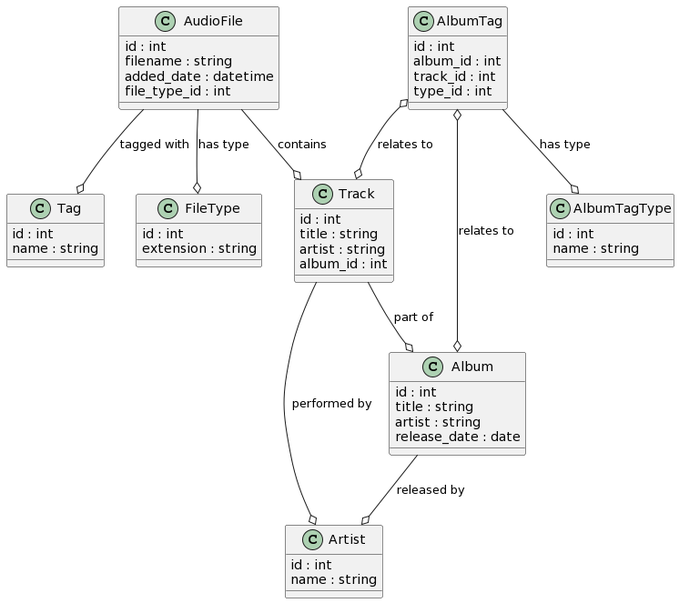
FourtyThree43/PataNgoma-AudioTagger-tool keeps this PlantUML diagram as drafts/0x00-relationships.png. Above is the earlier version.
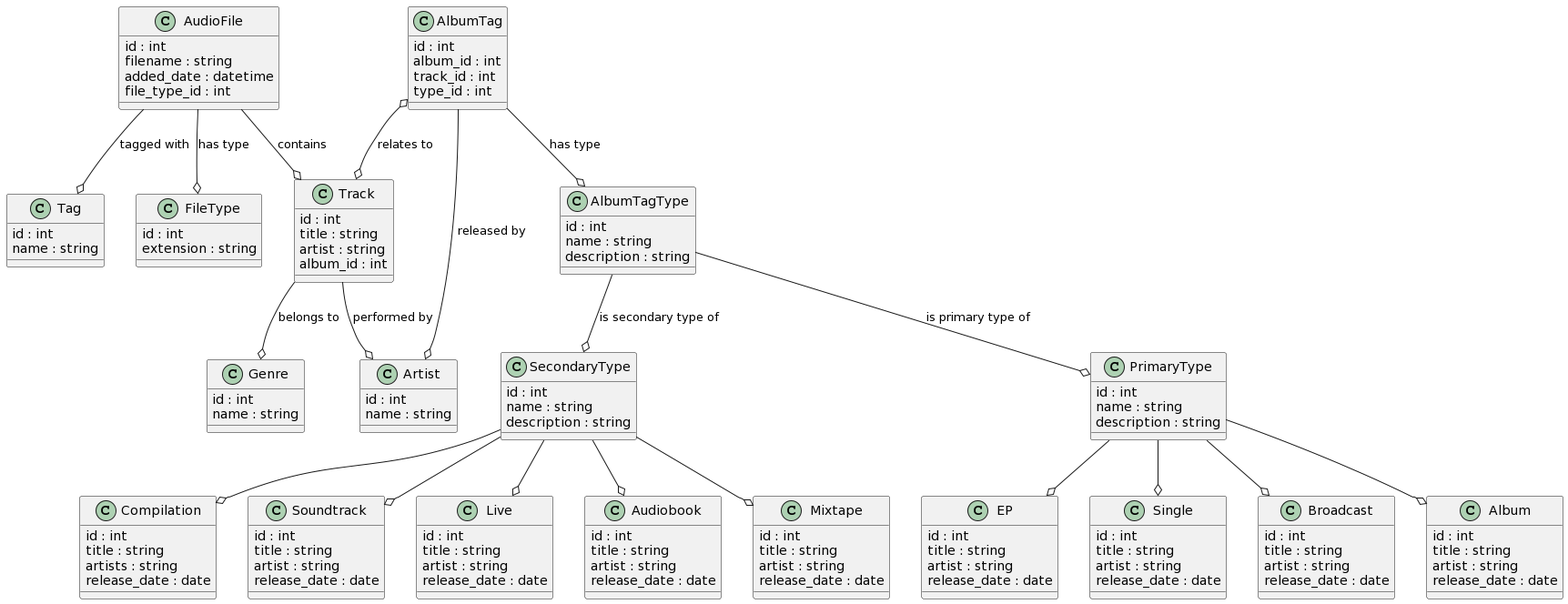
Later version of the same file.

Change to the diagram source:
```diff
@@ -1,7 +1,6 @@
 @startuml
 !define ENTITY class
 !define RELATIONSHIP arrow
-
 !define ENTITY_ATTRIBUTES   id : int
 
 ENTITY AudioFile {
@@ -16,13 +15,6 @@
   title : string
   artist : string
   album_id : int
-}
-
-ENTITY Album {
-  ENTITY_ATTRIBUTES
-  title : string
-  artist : string
-  release_date : date
 }
 
 ENTITY Tag {
@@ -45,6 +37,7 @@
 ENTITY AlbumTagType {
   ENTITY_ATTRIBUTES
   name : string
+  description : string
 }
 
 ENTITY FileType {
@@ -52,13 +45,108 @@
   extension : string
 }
 
+ENTITY PrimaryType {
+  ENTITY_ATTRIBUTES
+  name : string
+  description : string
+}
+
+ENTITY Album {
+  ENTITY_ATTRIBUTES
+  title : string
+  artist : string
+  release_date : date
+}
+
+ENTITY EP {
+  ENTITY_ATTRIBUTES
+  title : string
+  artist : string
+  release_date : date
+}
+
+ENTITY Single {
+  ENTITY_ATTRIBUTES
+  title : string
+  artist : string
+  release_date : date
+}
+
+ENTITY SecondaryType {
+  ENTITY_ATTRIBUTES
+  name : string
+  description : string
+}
+
+ENTITY Compilation {
+  ENTITY_ATTRIBUTES
+  title : string
+  artists : string
+  release_date : date
+}
+
+ENTITY Soundtrack {
+  ENTITY_ATTRIBUTES
+  title : string
+  artist : string
+  release_date : date
+}
+
+ENTITY Live {
+  ENTITY_ATTRIBUTES
+  title : string
+  artist : string
+  release_date : date
+}
+
+ENTITY Audiobook {
+  ENTITY_ATTRIBUTES
+  title : string
+  artist : string
+  release_date : date
+}
+
+ENTITY Broadcast {
+  ENTITY_ATTRIBUTES
+  title : string
+  artist : string
+  release_date : date
+}
+
+ENTITY Mixtape {
+  ENTITY_ATTRIBUTES
+  title : string
+  artist : string
+  release_date : date
+}
+
+ENTITY Genre {
+  ENTITY_ATTRIBUTES
+  name : string
+}
+
 AudioFile --o Track : contains
-Track --o Album : part of
 AudioFile --o Tag : tagged with
+AudioFile --o FileType : has type
+
 Track --o Artist : performed by
-Album --o Artist : released by
-AlbumTag o--o Album : relates to
+Track --o Genre : belongs to
+
+AlbumTag --o Artist : released by
 AlbumTag o--o Track : relates to
+
+AlbumTagType --o PrimaryType : is primary type of
+AlbumTagType --o SecondaryType : is secondary type of
+
 AlbumTag --o AlbumTagType : has type
-AudioFile --o FileType : has type
+PrimaryType --o Album
+PrimaryType --o Single
+PrimaryType --o EP
+PrimaryType --o Broadcast
+
+SecondaryType --o Compilation
+SecondaryType --o Soundtrack
+SecondaryType --o Audiobook
+SecondaryType --o Live
+SecondaryType --o Mixtape
 @enduml
```
